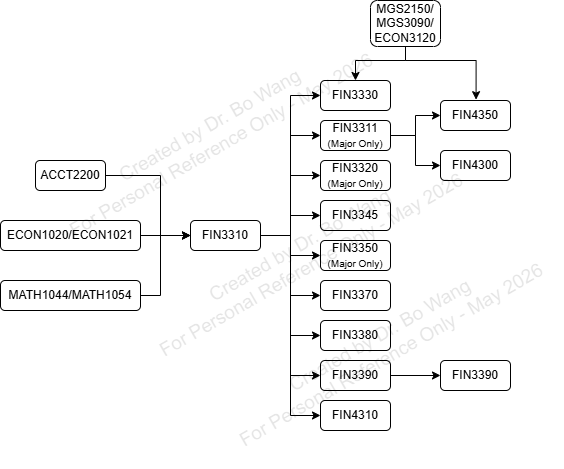
Above: static/images/fin-course-map.png in bwang54/bwang54.github.io (draw.io), before the change. Source tidied: cells renumbered, new cells last; positions are measured from the earlier drawing's top-left corner, leaving out a move shared by most shapes. The source it was exported from:
```xml
<mxGraphModel>
  <root>
    <mxCell id="0" />
    <mxCell id="1" parent="0" />
    <mxCell id="2" style="edgeStyle=orthogonalEdgeStyle;rounded=0;jettySize=auto;html=1;exitX=1;exitY=0.5;exitDx=0;exitDy=0;entryX=0;entryY=0.5;entryDx=0;entryDy=0;" parent="1" edge="1" source="11" target="20">
      <mxGeometry relative="1" as="geometry" />
    </mxCell>
    <mxCell id="3" style="edgeStyle=orthogonalEdgeStyle;rounded=0;jettySize=auto;html=1;exitX=1;exitY=0.5;exitDx=0;exitDy=0;entryX=0;entryY=0.5;entryDx=0;entryDy=0;" parent="1" edge="1" source="11" target="21">
      <mxGeometry relative="1" as="geometry" />
    </mxCell>
    <mxCell id="4" style="edgeStyle=orthogonalEdgeStyle;rounded=0;jettySize=auto;html=1;exitX=1;exitY=0.5;exitDx=0;exitDy=0;entryX=0;entryY=0.5;entryDx=0;entryDy=0;" parent="1" edge="1" source="11" target="35">
      <mxGeometry relative="1" as="geometry" />
    </mxCell>
    <mxCell id="5" style="edgeStyle=orthogonalEdgeStyle;rounded=0;jettySize=auto;html=1;exitX=1;exitY=0.5;exitDx=0;exitDy=0;entryX=0;entryY=0.5;entryDx=0;entryDy=0;" parent="1" edge="1" source="11" target="25">
      <mxGeometry relative="1" as="geometry" />
    </mxCell>
    <mxCell id="6" style="edgeStyle=orthogonalEdgeStyle;rounded=0;jettySize=auto;html=1;exitX=1;exitY=0.5;exitDx=0;exitDy=0;entryX=0;entryY=0.5;entryDx=0;entryDy=0;" parent="1" edge="1" source="11" target="26">
      <mxGeometry relative="1" as="geometry" />
    </mxCell>
    <mxCell id="7" style="edgeStyle=orthogonalEdgeStyle;rounded=0;jettySize=auto;html=1;exitX=1;exitY=0.5;exitDx=0;exitDy=0;entryX=0;entryY=0.5;entryDx=0;entryDy=0;" parent="1" edge="1" source="11" target="27">
      <mxGeometry relative="1" as="geometry" />
    </mxCell>
    <mxCell id="8" style="edgeStyle=orthogonalEdgeStyle;rounded=0;jettySize=auto;html=1;exitX=1;exitY=0.5;exitDx=0;exitDy=0;entryX=0;entryY=0.5;entryDx=0;entryDy=0;" parent="1" edge="1" source="11" target="28">
      <mxGeometry relative="1" as="geometry" />
    </mxCell>
    <mxCell id="9" style="edgeStyle=orthogonalEdgeStyle;rounded=0;jettySize=auto;html=1;exitX=1;exitY=0.5;exitDx=0;exitDy=0;entryX=0;entryY=0.5;entryDx=0;entryDy=0;" parent="1" edge="1" source="11" target="30">
      <mxGeometry relative="1" as="geometry" />
    </mxCell>
    <mxCell id="10" style="edgeStyle=orthogonalEdgeStyle;rounded=0;jettySize=auto;html=1;exitX=1;exitY=0.5;exitDx=0;exitDy=0;entryX=0;entryY=0.5;entryDx=0;entryDy=0;" parent="1" edge="1" source="11" target="32">
      <mxGeometry relative="1" as="geometry" />
    </mxCell>
    <mxCell id="11" value="FIN3310" style="rounded=1;whiteSpace=wrap;html=1;" parent="1" vertex="1">
      <mxGeometry x="190" y="220" width="70" height="30" as="geometry" />
    </mxCell>
    <mxCell id="12" style="edgeStyle=orthogonalEdgeStyle;rounded=0;jettySize=auto;html=1;exitX=1;exitY=0.5;exitDx=0;exitDy=0;entryX=0;entryY=0.5;entryDx=0;entryDy=0;" parent="1" edge="1" source="13" target="11">
      <mxGeometry relative="1" as="geometry">
        <Array as="points">
          <mxPoint x="160" y="175" />
          <mxPoint x="160" y="235" />
        </Array>
      </mxGeometry>
    </mxCell>
    <mxCell id="13" value="ACCT2200" style="rounded=1;whiteSpace=wrap;html=1;" parent="1" vertex="1">
      <mxGeometry x="35" y="160" width="70" height="30" as="geometry" />
    </mxCell>
    <mxCell id="14" style="edgeStyle=orthogonalEdgeStyle;rounded=0;jettySize=auto;html=1;exitX=1;exitY=0.5;exitDx=0;exitDy=0;entryX=0;entryY=0.5;entryDx=0;entryDy=0;" parent="1" edge="1" source="15" target="11">
      <mxGeometry relative="1" as="geometry" />
    </mxCell>
    <mxCell id="15" value="ECON1020/ECON1021" style="rounded=1;whiteSpace=wrap;html=1;" parent="1" vertex="1">
      <mxGeometry y="220" width="140" height="30" as="geometry" />
    </mxCell>
    <mxCell id="16" style="edgeStyle=orthogonalEdgeStyle;rounded=0;jettySize=auto;html=1;entryX=0;entryY=0.5;entryDx=0;entryDy=0;" parent="1" edge="1" source="17" target="11">
      <mxGeometry relative="1" as="geometry">
        <Array as="points">
          <mxPoint x="160" y="295" />
          <mxPoint x="160" y="235" />
        </Array>
      </mxGeometry>
    </mxCell>
    <mxCell id="17" value="MATH1044/MATH1054" style="rounded=1;whiteSpace=wrap;html=1;" parent="1" vertex="1">
      <mxGeometry y="280" width="140" height="30" as="geometry" />
    </mxCell>
    <mxCell id="18" style="edgeStyle=orthogonalEdgeStyle;rounded=0;jettySize=auto;html=1;exitX=1;exitY=0.5;exitDx=0;exitDy=0;entryX=0;entryY=0.5;entryDx=0;entryDy=0;" parent="1" edge="1" source="20" target="31">
      <mxGeometry relative="1" as="geometry" />
    </mxCell>
    <mxCell id="19" style="edgeStyle=orthogonalEdgeStyle;rounded=0;jettySize=auto;html=1;exitX=1;exitY=0.5;exitDx=0;exitDy=0;entryX=0;entryY=0.5;entryDx=0;entryDy=0;" parent="1" edge="1" source="20" target="33">
      <mxGeometry relative="1" as="geometry" />
    </mxCell>
    <mxCell id="20" value="FIN3311&lt;div&gt;&lt;font style=&quot;font-size: 10px;&quot;&gt;(Major Only)&lt;/font&gt;&lt;/div&gt;" style="rounded=1;whiteSpace=wrap;html=1;" parent="1" vertex="1">
      <mxGeometry x="320" y="120" width="70" height="30" as="geometry" />
    </mxCell>
    <mxCell id="21" value="FIN3320&lt;div&gt;&lt;font style=&quot;font-size: 10px;&quot;&gt;(Major Only)&lt;/font&gt;&lt;/div&gt;" style="rounded=1;whiteSpace=wrap;html=1;" parent="1" vertex="1">
      <mxGeometry x="320" y="160" width="70" height="30" as="geometry" />
    </mxCell>
    <mxCell id="22" style="edgeStyle=orthogonalEdgeStyle;rounded=0;jettySize=auto;html=1;exitX=0.5;exitY=1;exitDx=0;exitDy=0;entryX=0.5;entryY=0;entryDx=0;entryDy=0;" parent="1" edge="1" source="24" target="35">
      <mxGeometry relative="1" as="geometry">
        <Array as="points">
          <mxPoint x="405" y="60" />
          <mxPoint x="355" y="60" />
        </Array>
      </mxGeometry>
    </mxCell>
    <mxCell id="23" style="edgeStyle=orthogonalEdgeStyle;rounded=0;jettySize=auto;html=1;exitX=0.5;exitY=1;exitDx=0;exitDy=0;" parent="1" edge="1" source="24">
      <mxGeometry relative="1" as="geometry">
        <mxPoint x="475.6" y="99.1" as="targetPoint" />
        <Array as="points">
          <mxPoint x="405" y="60" />
          <mxPoint x="476" y="60" />
        </Array>
      </mxGeometry>
    </mxCell>
    <mxCell id="24" value="MGS2150/&lt;div&gt;MGS3090/&lt;/div&gt;&lt;div&gt;ECON3120&lt;/div&gt;" style="rounded=1;whiteSpace=wrap;html=1;" parent="1" vertex="1">
      <mxGeometry x="370" width="70" height="46" as="geometry" />
    </mxCell>
    <mxCell id="25" value="FIN3345" style="rounded=1;whiteSpace=wrap;html=1;" parent="1" vertex="1">
      <mxGeometry x="320" y="200" width="70" height="30" as="geometry" />
    </mxCell>
    <mxCell id="26" value="FIN3350&lt;div&gt;&lt;font style=&quot;font-size: 10px;&quot;&gt;(Major Only)&lt;/font&gt;&lt;/div&gt;" style="rounded=1;whiteSpace=wrap;html=1;" parent="1" vertex="1">
      <mxGeometry x="320" y="240" width="70" height="30" as="geometry" />
    </mxCell>
    <mxCell id="27" value="FIN3370" style="rounded=1;whiteSpace=wrap;html=1;" parent="1" vertex="1">
      <mxGeometry x="320" y="280" width="70" height="30" as="geometry" />
    </mxCell>
    <mxCell id="28" value="FIN3380" style="rounded=1;whiteSpace=wrap;html=1;" parent="1" vertex="1">
      <mxGeometry x="320" y="320" width="70" height="30" as="geometry" />
    </mxCell>
    <mxCell id="29" style="edgeStyle=orthogonalEdgeStyle;rounded=0;jettySize=auto;html=1;exitX=1;exitY=0.5;exitDx=0;exitDy=0;entryX=0;entryY=0.5;entryDx=0;entryDy=0;" parent="1" edge="1" source="30" target="34">
      <mxGeometry relative="1" as="geometry" />
    </mxCell>
    <mxCell id="30" value="FIN3390" style="rounded=1;whiteSpace=wrap;html=1;" parent="1" vertex="1">
      <mxGeometry x="320" y="360" width="70" height="30" as="geometry" />
    </mxCell>
    <mxCell id="31" value="FIN4300" style="rounded=1;whiteSpace=wrap;html=1;" parent="1" vertex="1">
      <mxGeometry x="440" y="150" width="70" height="30" as="geometry" />
    </mxCell>
    <mxCell id="32" value="FIN4310" style="rounded=1;whiteSpace=wrap;html=1;" parent="1" vertex="1">
      <mxGeometry x="320" y="400" width="70" height="30" as="geometry" />
    </mxCell>
    <mxCell id="33" value="FIN4350" style="rounded=1;whiteSpace=wrap;html=1;" parent="1" vertex="1">
      <mxGeometry x="440" y="100" width="70" height="30" as="geometry" />
    </mxCell>
    <mxCell id="34" value="FIN3390" style="rounded=1;whiteSpace=wrap;html=1;" parent="1" vertex="1">
      <mxGeometry x="440" y="360" width="70" height="30" as="geometry" />
    </mxCell>
    <mxCell id="35" value="FIN3330" style="rounded=1;whiteSpace=wrap;html=1;" parent="1" vertex="1">
      <mxGeometry x="320" y="80" width="70" height="30" as="geometry" />
    </mxCell>
    <mxCell id="36" value="&lt;div&gt;&lt;font style=&quot;font-size: 19px;&quot;&gt;Created by Dr. Bo Wang&lt;/font&gt;&lt;div&gt;&lt;font style=&quot;font-size: 19px;&quot;&gt;For Personal Reference Only - May 2026&lt;/font&gt;&lt;/div&gt;&lt;/div&gt;" style="text;html=1;align=center;verticalAlign=middle;rounded=0;rotation=-30;fillColor=none;textOpacity=10;" parent="1" vertex="1">
      <mxGeometry x="30" y="100" width="370" height="70" as="geometry" />
    </mxCell>
    <mxCell id="37" value="&lt;div&gt;&lt;font style=&quot;font-size: 19px;&quot;&gt;Created by Dr. Bo Wang&lt;/font&gt;&lt;div&gt;&lt;font style=&quot;font-size: 19px;&quot;&gt;For Personal Reference Only - May 2026&lt;/font&gt;&lt;/div&gt;&lt;/div&gt;" style="text;html=1;align=center;verticalAlign=middle;rounded=0;rotation=-30;fillColor=none;textOpacity=10;" parent="1" vertex="1">
      <mxGeometry x="120" y="220" width="370" height="70" as="geometry" />
    </mxCell>
    <mxCell id="38" value="&lt;div&gt;&lt;font style=&quot;font-size: 19px;&quot;&gt;Created by Dr. Bo Wang&lt;/font&gt;&lt;div&gt;&lt;font style=&quot;font-size: 19px;&quot;&gt;For Personal Reference Only - May 2026&lt;/font&gt;&lt;/div&gt;&lt;/div&gt;" style="text;html=1;align=center;verticalAlign=middle;rounded=0;rotation=-30;fillColor=none;textOpacity=10;" parent="1" vertex="1">
      <mxGeometry x="200" y="310" width="370" height="70" as="geometry" />
    </mxCell>
  </root>
</mxGraphModel>
```
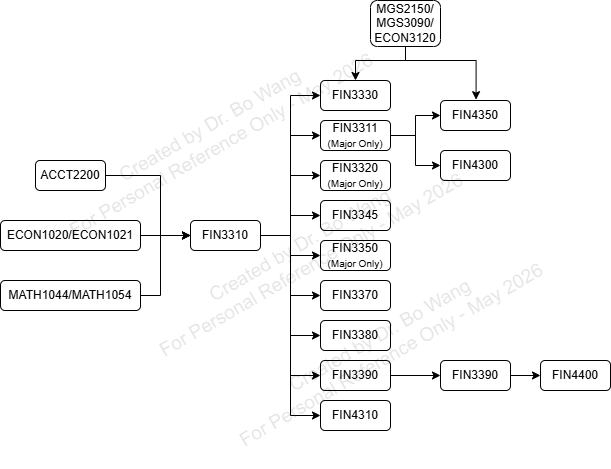
The same file after the commit.

Diff of the diagram source:
```diff
@@ -119,6 +119,9 @@
     <mxCell id="33" value="FIN4350" style="rounded=1;whiteSpace=wrap;html=1;" parent="1" vertex="1">
       <mxGeometry x="440" y="100" width="70" height="30" as="geometry" />
     </mxCell>
+    <mxCell id="39" style="edgeStyle=orthogonalEdgeStyle;rounded=0;jettySize=auto;html=1;exitX=1;exitY=0.5;exitDx=0;exitDy=0;entryX=0;entryY=0.5;entryDx=0;entryDy=0;" parent="1" edge="1" source="34" target="40">
+      <mxGeometry relative="1" as="geometry" />
+    </mxCell>
     <mxCell id="34" value="FIN3390" style="rounded=1;whiteSpace=wrap;html=1;" parent="1" vertex="1">
       <mxGeometry x="440" y="360" width="70" height="30" as="geometry" />
     </mxCell>
@@ -134,5 +137,8 @@
     <mxCell id="38" value="&lt;div&gt;&lt;font style=&quot;font-size: 19px;&quot;&gt;Created by Dr. Bo Wang&lt;/font&gt;&lt;div&gt;&lt;font style=&quot;font-size: 19px;&quot;&gt;For Personal Reference Only - May 2026&lt;/font&gt;&lt;/div&gt;&lt;/div&gt;" style="text;html=1;align=center;verticalAlign=middle;rounded=0;rotation=-30;fillColor=none;textOpacity=10;" parent="1" vertex="1">
       <mxGeometry x="200" y="310" width="370" height="70" as="geometry" />
     </mxCell>
+    <mxCell id="40" value="FIN4400" style="rounded=1;whiteSpace=wrap;html=1;" parent="1" vertex="1">
+      <mxGeometry x="540" y="360" width="70" height="30" as="geometry" />
+    </mxCell>
   </root>
 </mxGraphModel>
```
